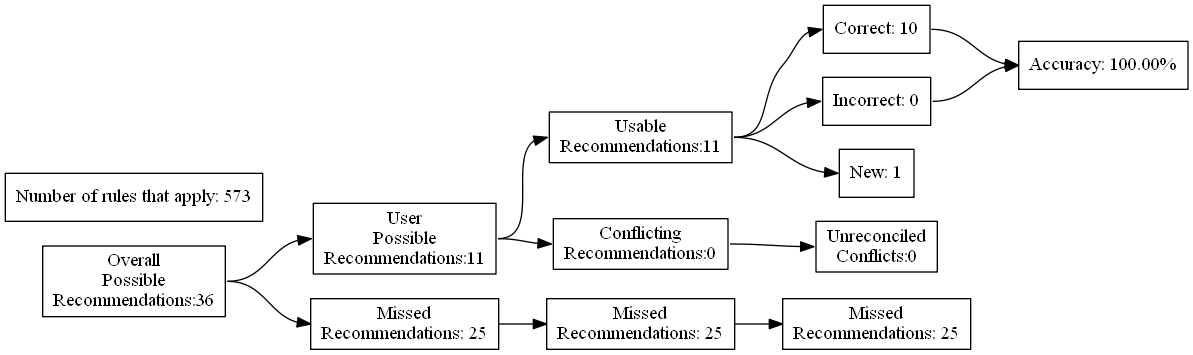
Above: test_renders/22.gv.png in ZaxR/ibd_diet_analysis (Graphviz), before the change. Its source is kept beside it as test_renders/22.gv.
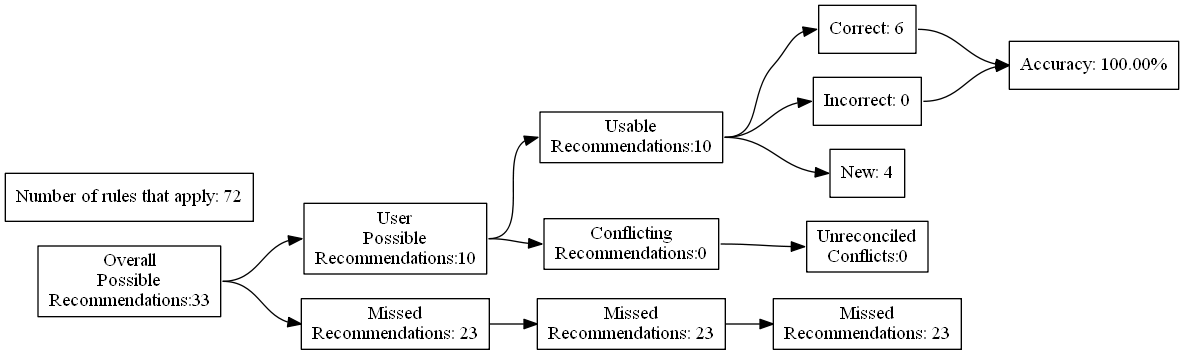
Later version of the same file.

Diff of the diagram source:
```diff
@@ -4,27 +4,27 @@
 	edge [headport=w tailport=e]
 		A [label="Overall
 Possible
-Recommendations:36"]
+Recommendations:33"]
 		B [label="User
 Possible
-Recommendations:11"]
+Recommendations:10"]
 		C [label="Missed
-Recommendations: 25"]
+Recommendations: 23"]
 		D [label="Usable
-Recommendations:11"]
+Recommendations:10"]
 		E [label="Conflicting
 Recommendations:0"]
 		J [label="Missed
-Recommendations: 25"]
+Recommendations: 23"]
 		M [label="Unreconciled
 Conflicts:0"]
-		F [label="Correct: 10"]
+		F [label="Correct: 6"]
 		G [label="Incorrect: 0"]
-		H [label="New: 1"]
+		H [label="New: 4"]
 		K [label="Missed
-Recommendations: 25"]
+Recommendations: 23"]
 		I [label="Accuracy: 100.00%"]
-		l [label="Number of rules that apply: 573"]
+		l [label="Number of rules that apply: 72"]
 			A -> B
 			A -> C
 			B -> D
```
